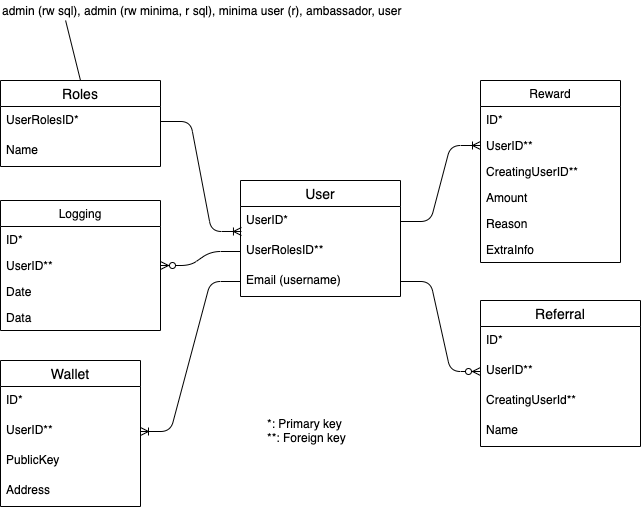
The draw.io diagram docs/images/dbase.png in minima-global/incentivecash, before a commit. Source tidied: cells renumbered, new cells last; positions are measured from the earlier drawing's top-left corner, leaving out a move shared by most shapes.
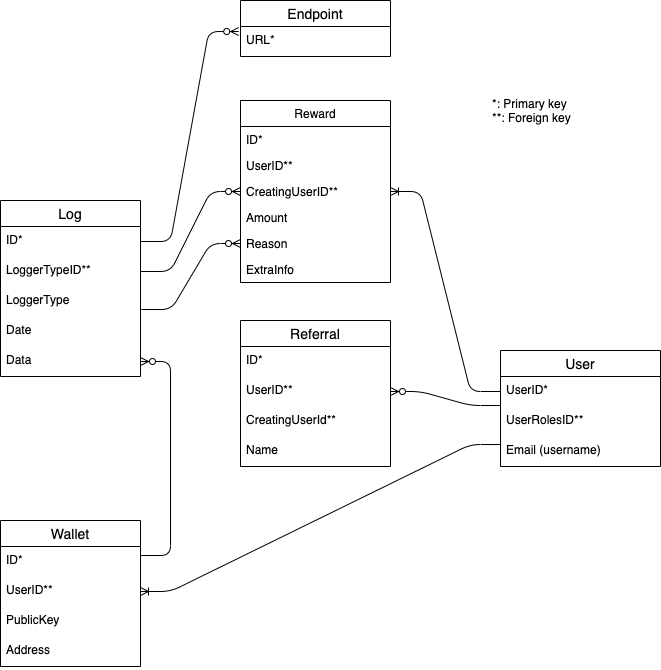
Later version of the same file.

Change to the diagram source:
```diff
@@ -3,7 +3,7 @@
     <mxCell id="0" />
     <mxCell id="1" parent="0" />
     <mxCell id="2" value="User" style="swimlane;fontStyle=0;horizontal=1;startSize=26;align=center;fontSize=14;" parent="1" vertex="1">
-      <mxGeometry x="240" y="180" width="160" height="116" as="geometry" />
+      <mxGeometry x="500" y="250" width="160" height="116" as="geometry" />
     </mxCell>
     <mxCell id="3" value="UserID*" style="text;strokeColor=none;fillColor=none;spacingLeft=4;spacingRight=4;overflow=hidden;points=[[0,0.5],[1,0.5]];portConstraint=eastwest;fontSize=12;" parent="2" vertex="1">
       <mxGeometry y="26" width="160" height="30" as="geometry" />
@@ -14,89 +14,53 @@
     <mxCell id="5" value="Email (username)" style="text;strokeColor=none;fillColor=none;spacingLeft=4;spacingRight=4;overflow=hidden;points=[[0,0.5],[1,0.5]];portConstraint=eastwest;fontSize=12;" parent="2" vertex="1">
       <mxGeometry y="86" width="160" height="30" as="geometry" />
     </mxCell>
-    <mxCell id="6" value="Roles" style="swimlane;fontStyle=0;horizontal=1;startSize=26;align=center;fontSize=14;" parent="1" vertex="1">
-      <mxGeometry y="80" width="160" height="86" as="geometry" />
-    </mxCell>
-    <mxCell id="7" value="UserRolesID*" style="text;strokeColor=none;fillColor=none;spacingLeft=4;spacingRight=4;overflow=hidden;points=[[0,0.5],[1,0.5]];portConstraint=eastwest;fontSize=12;" parent="6" vertex="1">
-      <mxGeometry y="26" width="160" height="30" as="geometry" />
-    </mxCell>
-    <mxCell id="8" value="Name" style="text;strokeColor=none;fillColor=none;spacingLeft=4;spacingRight=4;overflow=hidden;fontSize=12;" parent="6" vertex="1">
-      <mxGeometry y="56" width="160" height="30" as="geometry" />
-    </mxCell>
     <mxCell id="9" value="Reward" style="swimlane;fontStyle=0;horizontal=1;startSize=26;fillColor=none;" parent="1" vertex="1">
-      <mxGeometry x="480" y="80" width="140" height="182" as="geometry" />
+      <mxGeometry x="240" width="150" height="182" as="geometry" />
     </mxCell>
     <mxCell id="10" value="ID*" style="text;strokeColor=none;fillColor=none;align=left;verticalAlign=top;spacingLeft=4;spacingRight=4;overflow=hidden;" parent="9" vertex="1">
-      <mxGeometry y="26" width="140" height="26" as="geometry" />
+      <mxGeometry y="26" width="150" height="26" as="geometry" />
     </mxCell>
     <mxCell id="11" value="UserID**" style="text;strokeColor=none;fillColor=none;align=left;verticalAlign=top;spacingLeft=4;spacingRight=4;overflow=hidden;points=[[0,0.5],[1,0.5]];portConstraint=eastwest;" parent="9" vertex="1">
-      <mxGeometry y="52" width="140" height="26" as="geometry" />
+      <mxGeometry y="52" width="150" height="26" as="geometry" />
     </mxCell>
     <mxCell id="12" value="CreatingUserID**&#10;" style="text;strokeColor=none;fillColor=none;align=left;verticalAlign=top;spacingLeft=4;spacingRight=4;overflow=hidden;points=[[0,0.5],[1,0.5]];portConstraint=eastwest;" parent="9" vertex="1">
-      <mxGeometry y="78" width="140" height="26" as="geometry" />
+      <mxGeometry y="78" width="150" height="26" as="geometry" />
     </mxCell>
     <mxCell id="13" value="Amount&#10;" style="text;strokeColor=none;fillColor=none;align=left;verticalAlign=top;spacingLeft=4;spacingRight=4;overflow=hidden;" parent="9" vertex="1">
-      <mxGeometry y="104" width="140" height="26" as="geometry" />
+      <mxGeometry y="104" width="150" height="26" as="geometry" />
     </mxCell>
     <mxCell id="14" value="Reason&#10;" style="text;strokeColor=none;fillColor=none;align=left;verticalAlign=top;spacingLeft=4;spacingRight=4;overflow=hidden;points=[[0,0.5],[1,0.5]];portConstraint=eastwest;" parent="9" vertex="1">
-      <mxGeometry y="130" width="140" height="26" as="geometry" />
+      <mxGeometry y="130" width="150" height="26" as="geometry" />
     </mxCell>
     <mxCell id="15" value="ExtraInfo" style="text;strokeColor=none;fillColor=none;align=left;verticalAlign=top;spacingLeft=4;spacingRight=4;overflow=hidden;" parent="9" vertex="1">
-      <mxGeometry y="156" width="140" height="26" as="geometry" />
+      <mxGeometry y="156" width="150" height="26" as="geometry" />
     </mxCell>
-    <mxCell id="16" value="Logging" style="swimlane;fontStyle=0;horizontal=1;startSize=26;fillColor=none;" parent="1" vertex="1">
-      <mxGeometry y="200" width="160" height="130" as="geometry" />
-    </mxCell>
-    <mxCell id="17" value="ID*" style="text;strokeColor=none;fillColor=none;align=left;verticalAlign=top;spacingLeft=4;spacingRight=4;overflow=hidden;points=[[0,0.5],[1,0.5]];portConstraint=eastwest;" parent="16" vertex="1">
-      <mxGeometry y="26" width="160" height="26" as="geometry" />
-    </mxCell>
-    <mxCell id="18" value="UserID**" style="text;strokeColor=none;fillColor=none;align=left;verticalAlign=top;spacingLeft=4;spacingRight=4;overflow=hidden;points=[[0,0.5],[1,0.5]];portConstraint=eastwest;" parent="16" vertex="1">
-      <mxGeometry y="52" width="160" height="26" as="geometry" />
-    </mxCell>
-    <mxCell id="19" value="Date" style="text;strokeColor=none;fillColor=none;align=left;verticalAlign=top;spacingLeft=4;spacingRight=4;overflow=hidden;" parent="16" vertex="1">
-      <mxGeometry y="78" width="160" height="26" as="geometry" />
-    </mxCell>
-    <mxCell id="20" value="Data" style="text;strokeColor=none;fillColor=none;align=left;verticalAlign=top;spacingLeft=4;spacingRight=4;overflow=hidden;points=[[0,0.5],[1,0.5]];portConstraint=eastwest;" parent="16" vertex="1">
-      <mxGeometry y="104" width="160" height="26" as="geometry" />
-    </mxCell>
-    <mxCell id="21" style="edgeStyle=entityRelationEdgeStyle;fontSize=12;html=1;endArrow=ERzeroToMany;endFill=1;entryX=1;entryY=0.5;entryDx=0;entryDy=0;exitX=0;exitY=0.5;exitDx=0;exitDy=0;" parent="1" edge="1" source="4" target="18">
-      <mxGeometry relative="1" as="geometry" />
-    </mxCell>
-    <mxCell id="22" value="admin (rw sql), admin (rw minima, r sql), minima user (r), ambassador, user&amp;nbsp;" style="text;html=1;align=left;verticalAlign=middle;points=[];" parent="1" vertex="1">
-      <mxGeometry width="420" height="20" as="geometry" />
-    </mxCell>
     <mxCell id="23" value="Referral" style="swimlane;fontStyle=0;horizontal=1;startSize=26;align=center;fontSize=14;" parent="1" vertex="1">
-      <mxGeometry x="480" y="300" width="160" height="146" as="geometry" />
+      <mxGeometry x="240" y="220" width="150" height="146" as="geometry" />
     </mxCell>
     <mxCell id="24" value="ID*" style="text;strokeColor=none;fillColor=none;spacingLeft=4;spacingRight=4;overflow=hidden;fontSize=12;" parent="23" vertex="1">
-      <mxGeometry y="26" width="160" height="30" as="geometry" />
+      <mxGeometry y="26" width="150" height="30" as="geometry" />
     </mxCell>
     <mxCell id="25" value="UserID**" style="text;strokeColor=none;fillColor=none;spacingLeft=4;spacingRight=4;overflow=hidden;points=[[0,0.5],[1,0.5]];portConstraint=eastwest;fontSize=12;" parent="23" vertex="1">
-      <mxGeometry y="56" width="160" height="30" as="geometry" />
+      <mxGeometry y="56" width="150" height="30" as="geometry" />
     </mxCell>
     <mxCell id="26" value="CreatingUserId**" style="text;strokeColor=none;fillColor=none;spacingLeft=4;spacingRight=4;overflow=hidden;fontSize=12;" parent="23" vertex="1">
-      <mxGeometry y="86" width="160" height="30" as="geometry" />
+      <mxGeometry y="86" width="150" height="30" as="geometry" />
     </mxCell>
     <mxCell id="27" value="Name" style="text;strokeColor=none;fillColor=none;spacingLeft=4;spacingRight=4;overflow=hidden;fontSize=12;" parent="23" vertex="1">
-      <mxGeometry y="116" width="160" height="30" as="geometry" />
+      <mxGeometry y="116" width="150" height="30" as="geometry" />
     </mxCell>
-    <mxCell id="28" style="edgeStyle=entityRelationEdgeStyle;fontSize=12;html=1;endArrow=ERzeroToMany;endFill=1;entryX=0;entryY=0.5;entryDx=0;entryDy=0;" parent="1" edge="1" source="5" target="25">
+    <mxCell id="28" style="edgeStyle=entityRelationEdgeStyle;fontSize=12;html=1;endArrow=ERzeroToMany;endFill=1;exitX=0;exitY=-0.033;exitDx=0;exitDy=0;exitPerimeter=0;" parent="1" edge="1" source="4" target="25">
       <mxGeometry relative="1" as="geometry" />
     </mxCell>
-    <mxCell id="29" style="endArrow=none;html=1;exitX=0.5;exitY=0;exitDx=0;exitDy=0;entryX=0.155;entryY=1;entryDx=0;entryDy=0;entryPerimeter=0;" parent="1" edge="1" source="6" target="22">
-      <mxGeometry relative="1" as="geometry" />
-    </mxCell>
-    <mxCell id="30" style="edgeStyle=entityRelationEdgeStyle;fontSize=12;html=1;endArrow=ERoneToMany;entryX=0.006;entryY=0.833;entryDx=0;entryDy=0;entryPerimeter=0;exitX=1;exitY=0.5;exitDx=0;exitDy=0;" parent="1" edge="1" source="7" target="3">
-      <mxGeometry relative="1" as="geometry" />
-    </mxCell>
-    <mxCell id="31" style="edgeStyle=entityRelationEdgeStyle;fontSize=12;html=1;endArrow=ERoneToMany;exitX=1;exitY=0.5;exitDx=0;exitDy=0;entryX=0;entryY=0.5;entryDx=0;entryDy=0;" parent="1" edge="1" source="3" target="11">
+    <mxCell id="31" style="edgeStyle=entityRelationEdgeStyle;fontSize=12;html=1;endArrow=ERoneToMany;" parent="1" edge="1" source="3" target="12">
       <mxGeometry relative="1" as="geometry" />
     </mxCell>
     <mxCell id="32" value="*: Primary key&lt;br&gt;**: Foreign key" style="text;html=1;strokeColor=none;fillColor=none;align=left;verticalAlign=middle;whiteSpace=wrap;rounded=0;" parent="1" vertex="1">
-      <mxGeometry x="265" y="420" width="110" height="20" as="geometry" />
+      <mxGeometry x="490" width="110" height="20" as="geometry" />
     </mxCell>
     <mxCell id="33" value="Wallet" style="swimlane;fontStyle=0;horizontal=1;startSize=26;align=center;fontSize=14;" parent="1" vertex="1">
-      <mxGeometry y="360" width="140" height="146" as="geometry" />
+      <mxGeometry y="420" width="140" height="146" as="geometry" />
     </mxCell>
     <mxCell id="34" value="ID*" style="text;strokeColor=none;fillColor=none;spacingLeft=4;spacingRight=4;overflow=hidden;points=[[0,0.5],[1,0.5]];portConstraint=eastwest;fontSize=12;" parent="33" vertex="1">
       <mxGeometry y="26" width="140" height="30" as="geometry" />
@@ -113,8 +77,44 @@
     <mxCell id="38" style="edgeStyle=orthogonalEdgeStyle;rounded=0;orthogonalLoop=1;jettySize=auto;html=1;exitX=1;exitY=0.5;exitDx=0;exitDy=0;" parent="33" edge="1" source="35" target="35">
       <mxGeometry relative="1" as="geometry" />
     </mxCell>
-    <mxCell id="39" style="edgeStyle=entityRelationEdgeStyle;fontSize=12;html=1;endArrow=ERoneToMany;exitX=0;exitY=0.5;exitDx=0;exitDy=0;" parent="1" edge="1" source="5" target="35">
+    <mxCell id="39" style="edgeStyle=entityRelationEdgeStyle;fontSize=12;html=1;endArrow=ERoneToMany;exitX=0;exitY=0.267;exitDx=0;exitDy=0;exitPerimeter=0;" parent="1" edge="1" source="5" target="35">
       <mxGeometry relative="1" as="geometry" />
     </mxCell>
+    <mxCell id="40" value="Log" style="swimlane;fontStyle=0;horizontal=1;startSize=26;align=center;fontSize=14;" parent="1" vertex="1">
+      <mxGeometry y="100" width="140" height="176" as="geometry" />
+    </mxCell>
+    <mxCell id="17" value="ID*" style="text;strokeColor=none;fillColor=none;spacingLeft=4;spacingRight=4;overflow=hidden;points=[[0,0.5],[1,0.5]];portConstraint=eastwest;fontSize=12;" parent="40" vertex="1">
+      <mxGeometry y="26" width="140" height="30" as="geometry" />
+    </mxCell>
+    <mxCell id="41" value="LoggerTypeID**" style="text;strokeColor=none;fillColor=none;spacingLeft=4;spacingRight=4;overflow=hidden;points=[[0,0.5],[1,0.5]];portConstraint=eastwest;fontSize=12;" parent="40" vertex="1">
+      <mxGeometry y="56" width="140" height="30" as="geometry" />
+    </mxCell>
+    <mxCell id="42" value="LoggerType" style="text;strokeColor=none;fillColor=none;spacingLeft=4;spacingRight=4;overflow=hidden;points=[[0,0.5],[1,0.5]];portConstraint=eastwest;fontSize=12;" parent="40" vertex="1">
+      <mxGeometry y="86" width="140" height="30" as="geometry" />
+    </mxCell>
+    <mxCell id="19" value="Date" style="text;strokeColor=none;fillColor=none;spacingLeft=4;spacingRight=4;overflow=hidden;fontSize=12;" parent="40" vertex="1">
+      <mxGeometry y="116" width="140" height="30" as="geometry" />
+    </mxCell>
+    <mxCell id="20" value="Data" style="text;strokeColor=none;fillColor=none;spacingLeft=4;spacingRight=4;overflow=hidden;points=[[0,0.5],[1,0.5]];portConstraint=eastwest;fontSize=12;" parent="40" vertex="1">
+      <mxGeometry y="146" width="140" height="30" as="geometry" />
+    </mxCell>
+    <mxCell id="43" value="Endpoint" style="swimlane;fontStyle=0;horizontal=1;startSize=26;align=center;fontSize=14;" parent="1" vertex="1">
+      <mxGeometry x="240" y="-100" width="150" height="56" as="geometry" />
+    </mxCell>
+    <mxCell id="44" value="URL*" style="text;strokeColor=none;fillColor=none;spacingLeft=4;spacingRight=4;overflow=hidden;points=[[0,0.5],[1,0.5]];portConstraint=eastwest;fontSize=12;" parent="43" vertex="1">
+      <mxGeometry y="26" width="150" height="30" as="geometry" />
+    </mxCell>
+    <mxCell id="45" style="edgeStyle=entityRelationEdgeStyle;fontSize=12;html=1;endArrow=ERzeroToMany;endFill=1;entryX=-0.012;entryY=0.167;entryDx=0;entryDy=0;entryPerimeter=0;exitX=1;exitY=0.5;exitDx=0;exitDy=0;" parent="1" edge="1" source="17" target="44">
+      <mxGeometry relative="1" as="geometry" />
+    </mxCell>
+    <mxCell id="46" style="edgeStyle=entityRelationEdgeStyle;fontSize=12;html=1;endArrow=ERzeroToMany;endFill=1;entryX=1;entryY=0.5;entryDx=0;entryDy=0;exitX=1;exitY=0.3;exitDx=0;exitDy=0;exitPerimeter=0;" parent="1" edge="1" source="34" target="20">
+      <mxGeometry relative="1" as="geometry" />
+    </mxCell>
+    <mxCell id="47" style="edgeStyle=entityRelationEdgeStyle;fontSize=12;html=1;endArrow=ERzeroToMany;endFill=1;exitX=1;exitY=0.5;exitDx=0;exitDy=0;entryX=0;entryY=0.5;entryDx=0;entryDy=0;" parent="1" edge="1" source="41" target="12">
+      <mxGeometry relative="1" as="geometry" />
+    </mxCell>
+    <mxCell id="48" style="edgeStyle=entityRelationEdgeStyle;fontSize=12;html=1;endArrow=ERzeroToMany;endFill=1;exitX=1.006;exitY=0.767;exitDx=0;exitDy=0;exitPerimeter=0;entryX=0;entryY=0.5;entryDx=0;entryDy=0;" parent="1" edge="1" source="42" target="14">
+      <mxGeometry relative="1" as="geometry" />
+    </mxCell>
   </root>
 </mxGraphModel>
```
